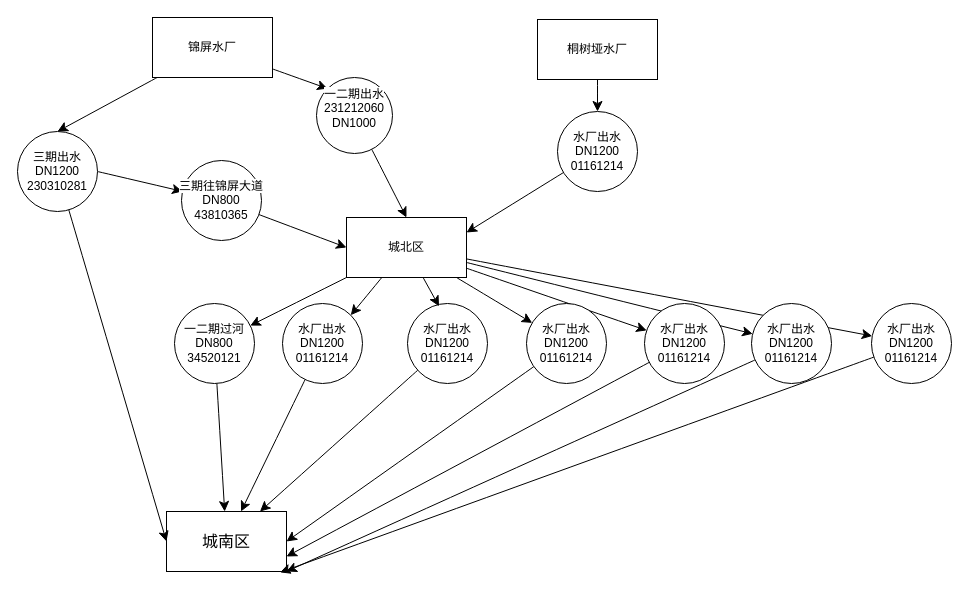
Above: 当阳分区草图.drawio in Z-oney/CS-Notes (draw.io), before the change. Source tidied: cells renumbered, new cells numbered last; positions are measured from the earlier drawing's top-left corner, leaving out a move shared by most shapes. Both pictures are drawn from the tidied source at 100%, with x=0, y=0 at pixel (17, 17).
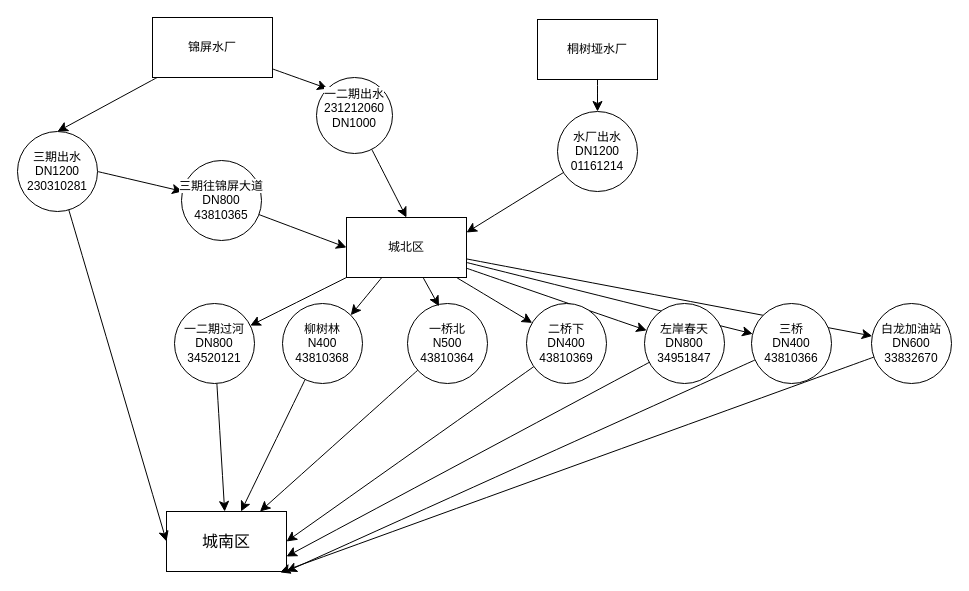
Above is the later version.

Commit message (it also covers changes not shown here):
更新当阳分区草图.drawio

Change to the diagram source:
```diff
@@
-    <mxCell id="27" value="&lt;div&gt;水厂出水&lt;/div&gt;&lt;div&gt;DN1200&lt;/div&gt;&lt;div&gt;01161214&lt;/div&gt;" style="ellipse;whiteSpace=wrap;html=1;" parent="1" vertex="1">
+    <mxCell id="27" value="&lt;div&gt;柳树林&lt;/div&gt;&lt;div&gt;N400&lt;/div&gt;&lt;div&gt;43810368&lt;/div&gt;" style="ellipse;whiteSpace=wrap;html=1;" parent="1" vertex="1">
       <mxGeometry x="265" y="286" width="80" height="80" as="geometry" />
     </mxCell>
@@
-    <mxCell id="29" value="&lt;div&gt;水厂出水&lt;/div&gt;&lt;div&gt;DN1200&lt;/div&gt;&lt;div&gt;01161214&lt;/div&gt;" style="ellipse;whiteSpace=wrap;html=1;" parent="1" vertex="1">
+    <mxCell id="29" value="&lt;div&gt;一桥北&lt;/div&gt;&lt;div&gt;N500&lt;/div&gt;&lt;div&gt;43810364&lt;/div&gt;" style="ellipse;whiteSpace=wrap;html=1;" parent="1" vertex="1">
       <mxGeometry x="390" y="286" width="80" height="80" as="geometry" />
     </mxCell>
@@
-    <mxCell id="31" value="&lt;div&gt;水厂出水&lt;/div&gt;&lt;div&gt;DN1200&lt;/div&gt;&lt;div&gt;01161214&lt;/div&gt;" style="ellipse;whiteSpace=wrap;html=1;" parent="1" vertex="1">
+    <mxCell id="31" value="&lt;div&gt;二桥下&lt;/div&gt;&lt;div&gt;DN400&lt;/div&gt;&lt;div&gt;43810369&lt;/div&gt;" style="ellipse;whiteSpace=wrap;html=1;" parent="1" vertex="1">
       <mxGeometry x="509" y="286" width="80" height="80" as="geometry" />
     </mxCell>
@@
-    <mxCell id="33" value="&lt;div&gt;水厂出水&lt;/div&gt;&lt;div&gt;DN1200&lt;/div&gt;&lt;div&gt;01161214&lt;/div&gt;" style="ellipse;whiteSpace=wrap;html=1;" parent="1" vertex="1">
+    <mxCell id="33" value="&lt;div&gt;左岸春天&lt;/div&gt;&lt;div&gt;DN800&lt;/div&gt;&lt;div&gt;34951847&lt;/div&gt;" style="ellipse;whiteSpace=wrap;html=1;" parent="1" vertex="1">
       <mxGeometry x="627" y="286" width="80" height="80" as="geometry" />
     </mxCell>
-    <mxCell id="34" value="&lt;div&gt;水厂出水&lt;/div&gt;&lt;div&gt;DN1200&lt;/div&gt;&lt;div&gt;01161214&lt;/div&gt;" style="ellipse;whiteSpace=wrap;html=1;" parent="1" vertex="1">
+    <mxCell id="34" value="&lt;div&gt;白龙加油站&lt;/div&gt;&lt;div&gt;DN600&lt;/div&gt;&lt;div&gt;33832670&lt;/div&gt;" style="ellipse;whiteSpace=wrap;html=1;" parent="1" vertex="1">
       <mxGeometry x="854" y="286" width="80" height="80" as="geometry" />
     </mxCell>
@@
-    <mxCell id="36" value="&lt;div&gt;水厂出水&lt;/div&gt;&lt;div&gt;DN1200&lt;/div&gt;&lt;div&gt;01161214&lt;/div&gt;" style="ellipse;whiteSpace=wrap;html=1;" parent="1" vertex="1">
+    <mxCell id="36" value="&lt;div&gt;三桥&lt;/div&gt;&lt;div&gt;DN400&lt;/div&gt;&lt;div&gt;43810366&lt;/div&gt;" style="ellipse;whiteSpace=wrap;html=1;" parent="1" vertex="1">
       <mxGeometry x="734" y="286" width="80" height="80" as="geometry" />
     </mxCell>
```
